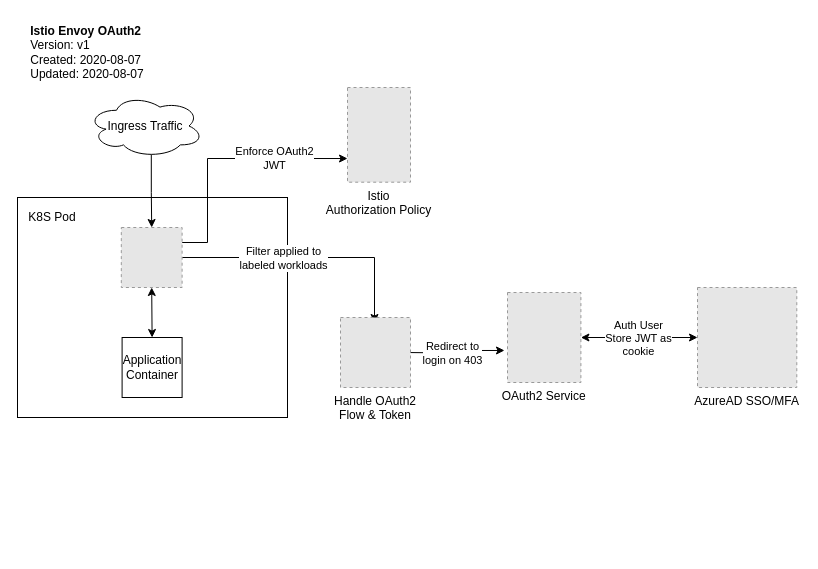
This is docs/architecture/istio-oauth2.drawio from robertlestak/istio-oauth2-sso, a draw.io file, before an edit. Source tidied: cells renumbered, new cells numbered last; positions are measured from the earlier drawing's top-left corner, leaving out a move shared by most shapes. Both pictures are drawn from the tidied source at 100%, with x=0, y=0 at pixel (17, 17). Pictures stored in the file or linked from it are replaced by grey dashed boxes.
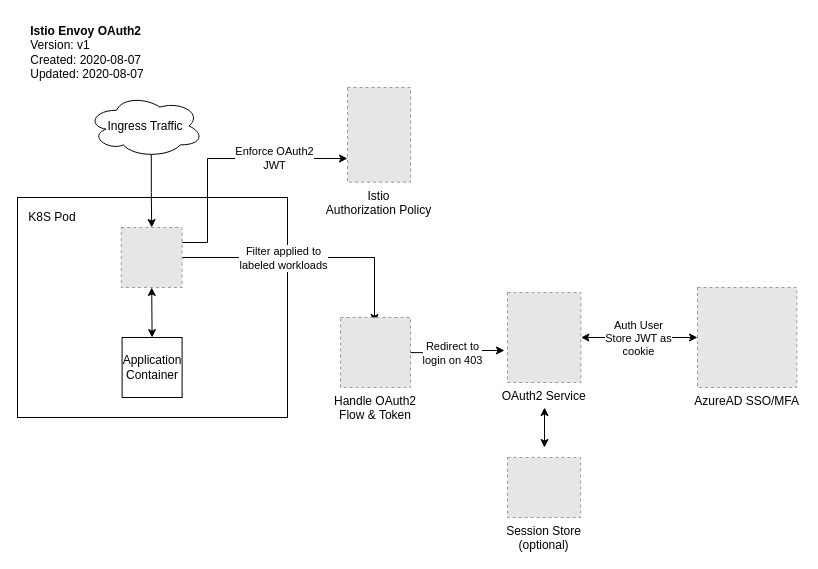
Above is the later version.

What changed in the source:
```diff
@@
+    <mxCell id="22" style="endArrow=classic;startArrow=classic;html=1;" parent="1" edge="1">
+      <mxGeometry relative="1" as="geometry">
+        <mxPoint x="527" y="430" as="sourcePoint" />
+        <mxPoint x="527" y="390" as="targetPoint" />
+      </mxGeometry>
+    </mxCell>
+    <mxCell id="23" value="Session Store&#10;(optional)" style="fillColor=#E6E6E6;strokeColor=#999999;dashed=1;verticalLabelPosition=bottom;labelBackgroundColor=#ffffff;verticalAlign=top;" parent="1" vertex="1">
+      <mxGeometry x="490" y="440" width="73.1" height="60" as="geometry" />
+    </mxCell>
```
